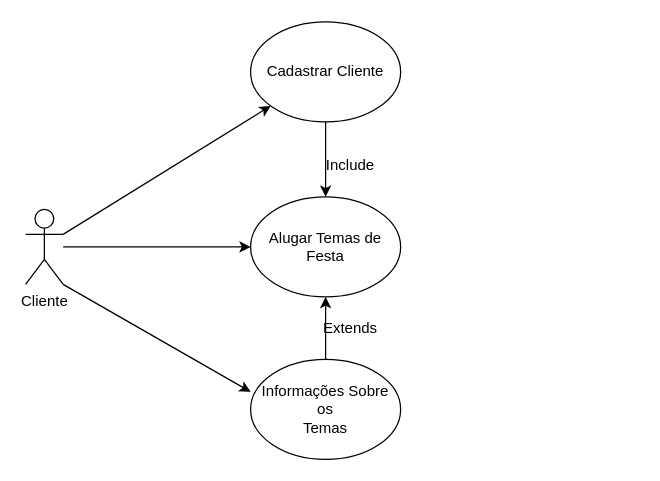
The draw.io diagram QuintaTarefa.drawio in ArcanjoDaGuarda/AnjoProjetos, before the edit. Source tidied: cells renumbered, new cells numbered last; positions are measured from the earlier drawing's top-left corner, leaving out a move shared by most shapes. Both pictures are drawn from the tidied source at 125%, with x=0, y=0 at pixel (25, 21).
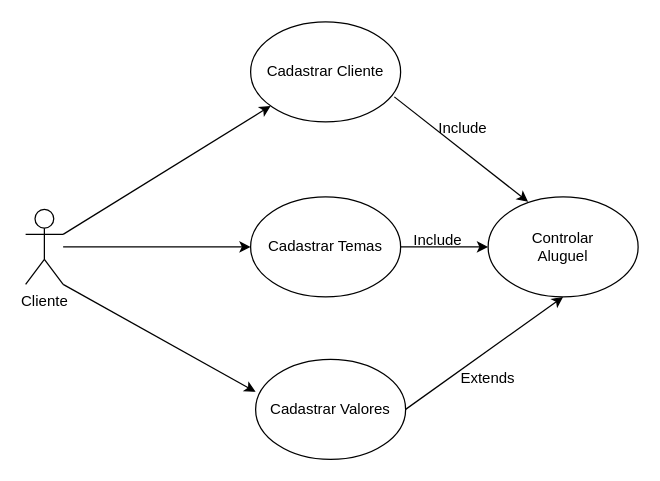
Above is the later version.

Diff of the diagram source:
```diff
@@
 <mxGraphModel>
   <root>
     <mxCell id="0" />
     <mxCell id="1" parent="0" />
     <mxCell id="2" value="Cliente" style="shape=umlActor;verticalLabelPosition=bottom;verticalAlign=top;html=1;outlineConnect=0;" parent="1" vertex="1">
       <mxGeometry y="150" width="30" height="60" as="geometry" />
     </mxCell>
-    <mxCell id="3" value="Alugar Temas de Festa" style="ellipse;whiteSpace=wrap;html=1;" parent="1" vertex="1">
+    <mxCell id="3" value="Cadastrar Temas" style="ellipse;whiteSpace=wrap;html=1;" parent="1" vertex="1">
       <mxGeometry x="180" y="140" width="120" height="80" as="geometry" />
     </mxCell>
     <mxCell id="4" style="endArrow=classic;html=1;rounded=0;entryX=0;entryY=0.5;entryDx=0;entryDy=0;" parent="1" edge="1" source="2" target="3">
       <mxGeometry relative="1" as="geometry" />
     </mxCell>
-    <mxCell id="5" style="edgeStyle=orthogonalEdgeStyle;rounded=0;jettySize=auto;html=1;" parent="1" edge="1" source="6" target="3">
-      <mxGeometry relative="1" as="geometry" />
-    </mxCell>
     <mxCell id="6" value="Cadastrar Cliente" style="ellipse;whiteSpace=wrap;html=1;" parent="1" vertex="1">
       <mxGeometry x="180" width="120" height="80" as="geometry" />
     </mxCell>
     <mxCell id="7" style="endArrow=classic;html=1;rounded=0;exitX=1;exitY=0.3333333333333333;exitDx=0;exitDy=0;exitPerimeter=0;" parent="1" edge="1" source="2" target="6">
       <mxGeometry relative="1" as="geometry" />
     </mxCell>
-    <mxCell id="8" style="edgeStyle=orthogonalEdgeStyle;rounded=0;jettySize=auto;html=1;" parent="1" edge="1" source="9" target="3">
-      <mxGeometry relative="1" as="geometry" />
-    </mxCell>
-    <mxCell id="9" value="Informações Sobre&lt;br&gt;os&lt;br&gt;Temas" style="ellipse;whiteSpace=wrap;html=1;" parent="1" vertex="1">
-      <mxGeometry x="180" y="270" width="120" height="80" as="geometry" />
+    <mxCell id="9" value="Cadastrar Valores" style="ellipse;whiteSpace=wrap;html=1;" parent="1" vertex="1">
+      <mxGeometry x="184" y="270" width="120" height="80" as="geometry" />
     </mxCell>
     <mxCell id="10" style="endArrow=classic;html=1;rounded=0;exitX=1;exitY=1;exitDx=0;exitDy=0;exitPerimeter=0;entryX=0;entryY=0.325;entryDx=0;entryDy=0;entryPerimeter=0;" parent="1" edge="1" source="2" target="9">
       <mxGeometry relative="1" as="geometry" />
     </mxCell>
     <mxCell id="11" value="Include" style="text;html=1;strokeColor=none;fillColor=none;align=center;verticalAlign=middle;whiteSpace=wrap;rounded=0;" parent="1" vertex="1">
-      <mxGeometry x="230" y="100" width="60" height="30" as="geometry" />
+      <mxGeometry x="320" y="70" width="60" height="30" as="geometry" />
     </mxCell>
     <mxCell id="12" value="Extends" style="text;html=1;strokeColor=none;fillColor=none;align=center;verticalAlign=middle;whiteSpace=wrap;rounded=0;" parent="1" vertex="1">
-      <mxGeometry x="230" y="230" width="60" height="30" as="geometry" />
+      <mxGeometry x="340" y="270" width="60" height="30" as="geometry" />
     </mxCell>
+    <mxCell id="13" value="Controlar&lt;br&gt;Aluguel" style="ellipse;whiteSpace=wrap;html=1;" parent="1" vertex="1">
+      <mxGeometry x="370" y="140" width="120" height="80" as="geometry" />
+    </mxCell>
+    <mxCell id="14" style="endArrow=classic;html=1;rounded=0;entryX=0.5;entryY=1;entryDx=0;entryDy=0;exitX=1;exitY=0.5;exitDx=0;exitDy=0;" parent="1" edge="1" source="9" target="13">
+      <mxGeometry relative="1" as="geometry" />
+    </mxCell>
+    <mxCell id="15" style="endArrow=classic;html=1;rounded=0;entryX=0;entryY=0.5;entryDx=0;entryDy=0;" parent="1" edge="1" source="3" target="13">
+      <mxGeometry relative="1" as="geometry" />
+    </mxCell>
+    <mxCell id="16" style="endArrow=classic;html=1;rounded=0;entryX=0.267;entryY=0.05;entryDx=0;entryDy=0;entryPerimeter=0;exitX=0.958;exitY=0.75;exitDx=0;exitDy=0;exitPerimeter=0;" parent="1" edge="1" source="6" target="13">
+      <mxGeometry relative="1" as="geometry" />
+    </mxCell>
+    <mxCell id="17" value="Include" style="text;html=1;strokeColor=none;fillColor=none;align=center;verticalAlign=middle;whiteSpace=wrap;rounded=0;" parent="1" vertex="1">
+      <mxGeometry x="300" y="160" width="60" height="30" as="geometry" />
+    </mxCell>
   </root>
 </mxGraphModel>
```
